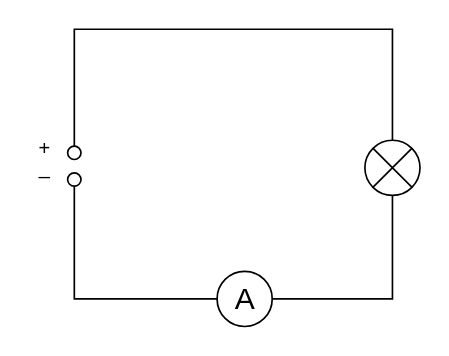
JoernWVSG/diagram keeps this draw.io diagram as stromkreise.drawio. Above is the earlier version. Source tidied: cells renumbered, new cells numbered last; positions are measured from the earlier drawing's top-left corner, leaving out a move shared by most shapes. Both pictures are drawn from the tidied source at 167%, with x=0, y=0 at pixel (28, 28).
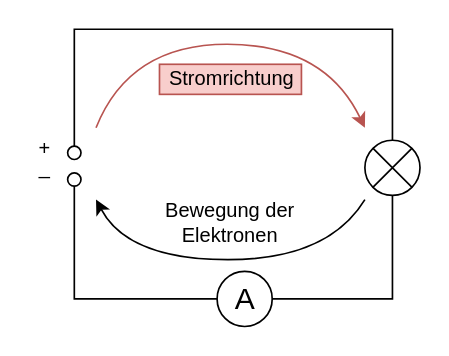
The same diagram, later.

What changed in the source:
```diff
@@
+    <mxCell id="12" style="curved=1;endArrow=classic;html=1;fillColor=#f8cecc;strokeColor=#b85450;" parent="1" edge="1">
+      <mxGeometry relative="1" as="geometry">
+        <mxPoint x="40" y="59" as="sourcePoint" />
+        <mxPoint x="201" y="59" as="targetPoint" />
+        <Array as="points">
+          <mxPoint x="60" y="9" />
+          <mxPoint x="177" y="9" />
+        </Array>
+      </mxGeometry>
+    </mxCell>
+    <mxCell id="13" value="Stromrichtung" style="text;html=1;align=center;verticalAlign=middle;strokeColor=#b85450;fillColor=#f8cecc;" parent="1" vertex="1">
+      <mxGeometry x="78" y="21" width="85" height="18" as="geometry" />
+    </mxCell>
+    <mxCell id="14" style="curved=1;endArrow=none;html=1;startArrow=classic;startFill=1;endFill=0;" parent="1" edge="1">
+      <mxGeometry relative="1" as="geometry">
+        <mxPoint x="40" y="102" as="sourcePoint" />
+        <mxPoint x="201" y="102" as="targetPoint" />
+        <Array as="points">
+          <mxPoint x="59" y="138" />
+          <mxPoint x="179" y="138" />
+        </Array>
+      </mxGeometry>
+    </mxCell>
+    <mxCell id="15" value="Bewegung der&lt;br&gt;Elektronen" style="text;html=1;align=center;verticalAlign=middle;strokeColor=none;" parent="1" vertex="1">
+      <mxGeometry x="76" y="99.5" width="87" height="32" as="geometry" />
+    </mxCell>
```
